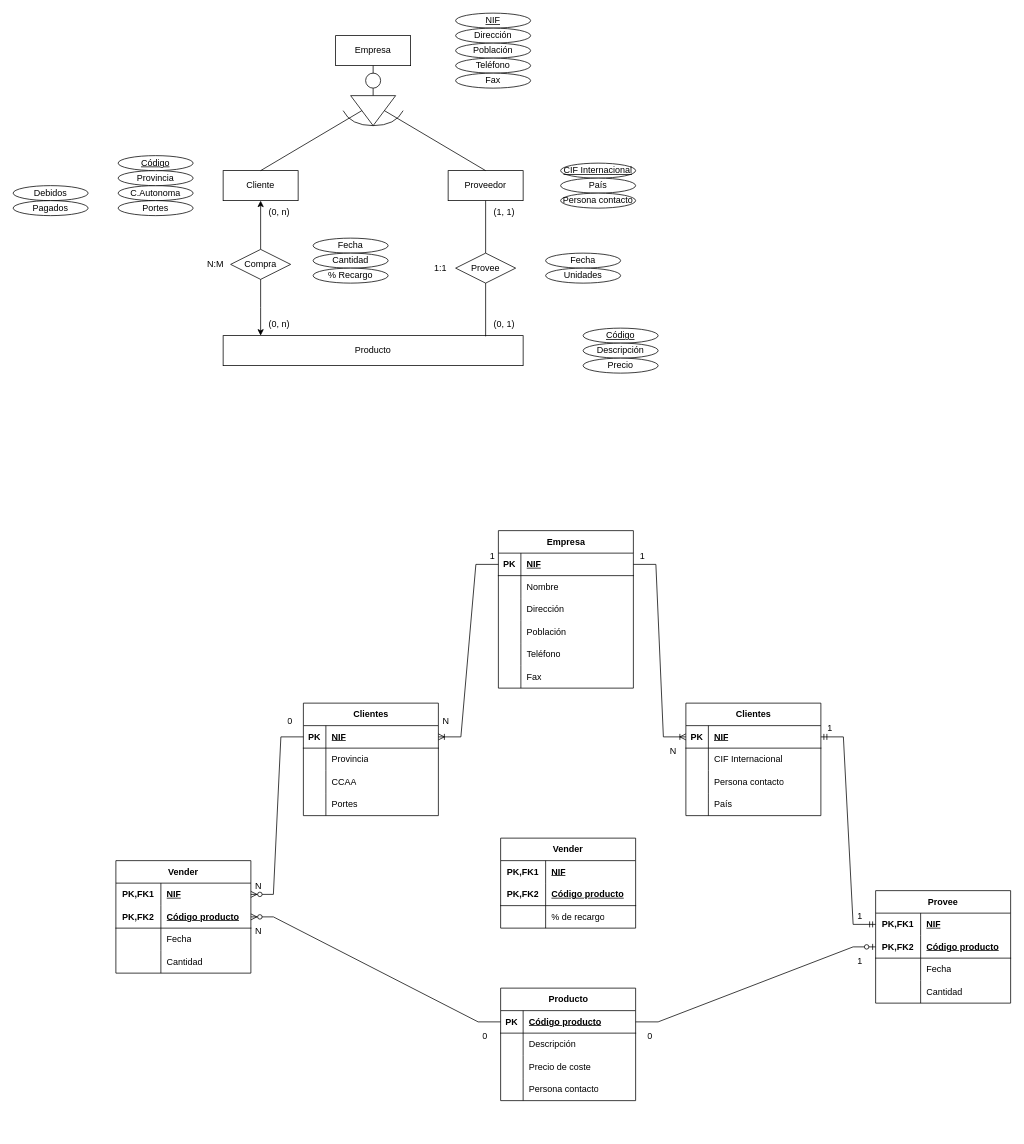
Before: page "Página-3" (3 of 3) of Ejercicios_Repaso.drawio in Lioteronn/erp-diagrams, a draw.io diagram. Source tidied: cells renumbered, new cells numbered last; positions are measured from the earlier drawing's top-left corner, leaving out a move shared by most shapes. Both pictures are drawn from the tidied source at 75%, with x=0, y=0 at pixel (13, 13).
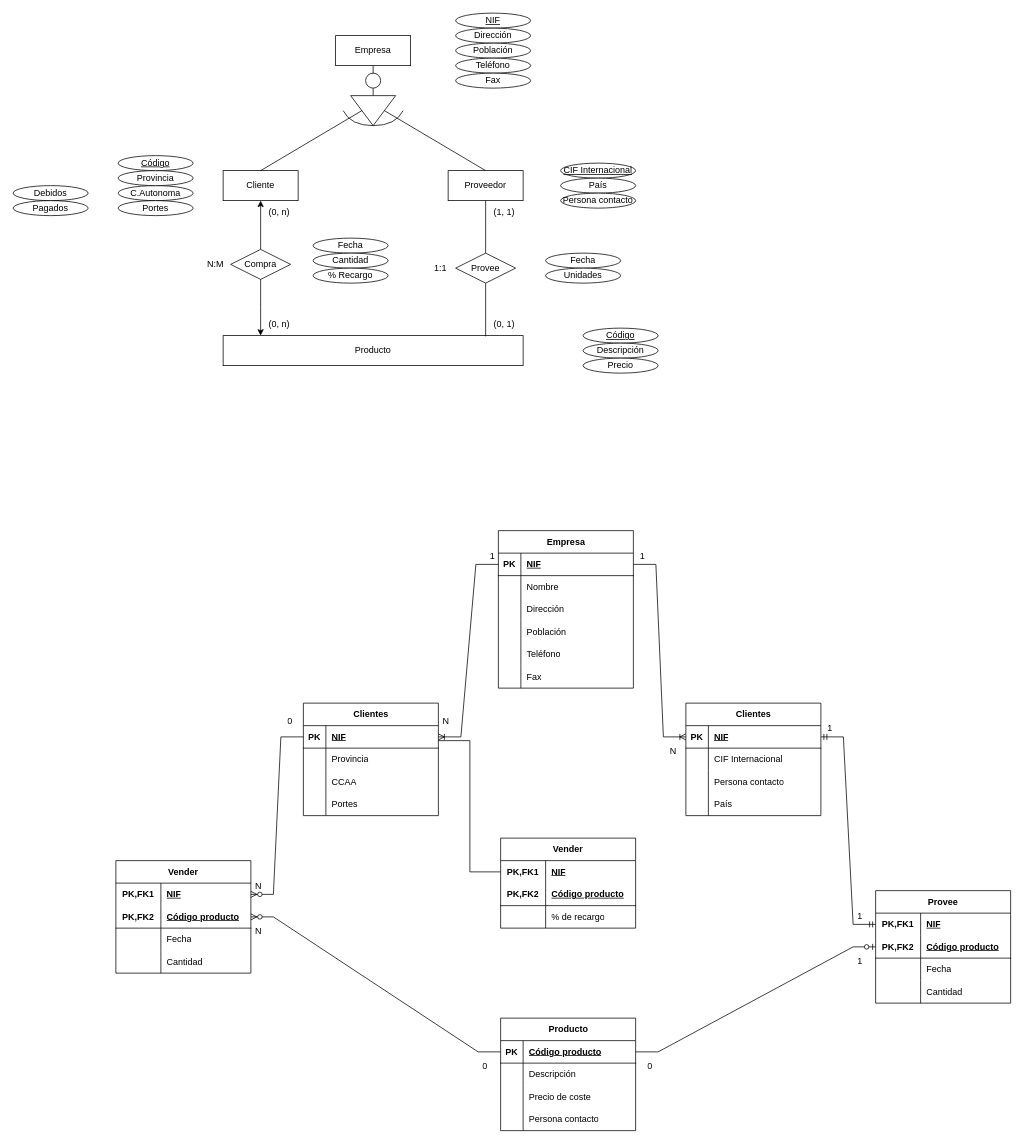
After the change.

The change refers to these unchanged cells:
```xml
<mxCell id="66" style="shape=tableRow;horizontal=0;startSize=0;swimlaneHead=0;swimlaneBody=0;fillColor=none;points=[[0,0.5],[1,0.5]];portConstraint=eastwest;top=0;left=0;right=0;bottom=1;" parent="65" vertex="1">
  <mxGeometry y="30" width="180" height="30" as="geometry" />
</mxCell>
<mxCell id="149" style="shape=tableRow;horizontal=0;startSize=0;swimlaneHead=0;swimlaneBody=0;fillColor=none;points=[[0,0.5],[1,0.5]];portConstraint=eastwest;top=0;left=0;right=0;bottom=0;html=1;" parent="148" vertex="1">
  <mxGeometry y="30" width="180" height="30" as="geometry" />
</mxCell>
```

Change to the diagram source:
```diff
@@
     <mxCell id="93" value="Producto" style="shape=table;startSize=30;childLayout=tableLayout;rowLines=0;fontStyle=1;align=center;html=1;" parent="1" vertex="1">
-      <mxGeometry x="650" y="1300" width="180" height="150" as="geometry" />
+      <mxGeometry x="650" y="1340" width="180" height="150" as="geometry" />
     </mxCell>
@@
     <mxCell id="143" value="0" style="text;strokeColor=none;fillColor=none;spacingLeft=4;spacingRight=4;overflow=hidden;fontSize=12;whiteSpace=wrap;html=1;" parent="1" vertex="1">
-      <mxGeometry x="840" y="1350" width="40" height="30" as="geometry" />
+      <mxGeometry x="840" y="1390" width="40" height="30" as="geometry" />
     </mxCell>
@@
     <mxCell id="146" value="0" style="text;strokeColor=none;fillColor=none;spacingLeft=4;spacingRight=4;overflow=hidden;fontSize=12;whiteSpace=wrap;html=1;" parent="1" vertex="1">
-      <mxGeometry x="620" y="1350" width="40" height="30" as="geometry" />
+      <mxGeometry x="620" y="1390" width="40" height="30" as="geometry" />
     </mxCell>
@@
+    <mxCell id="158" style="edgeStyle=orthogonalEdgeStyle;rounded=0;jettySize=auto;html=1;entryX=0;entryY=0.5;entryDx=0;entryDy=0;endArrow=none;endFill=0;" parent="1" edge="1" source="66" target="149">
+      <mxGeometry relative="1" as="geometry">
+        <Array as="points">
+          <mxPoint x="609" y="970" />
+          <mxPoint x="609" y="1145" />
+        </Array>
+      </mxGeometry>
+    </mxCell>
```
